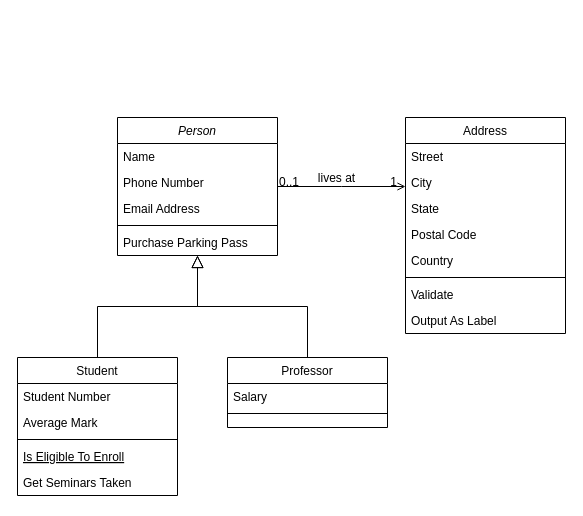
Before: Untitled Diagram.drawio in nork22/HTLM, a draw.io diagram. Source tidied: cells renumbered, new cells numbered last; positions are measured from the earlier drawing's top-left corner, leaving out a move shared by most shapes. Both pictures are drawn from the tidied source at 100%, with x=0, y=0 at pixel (17, 117).
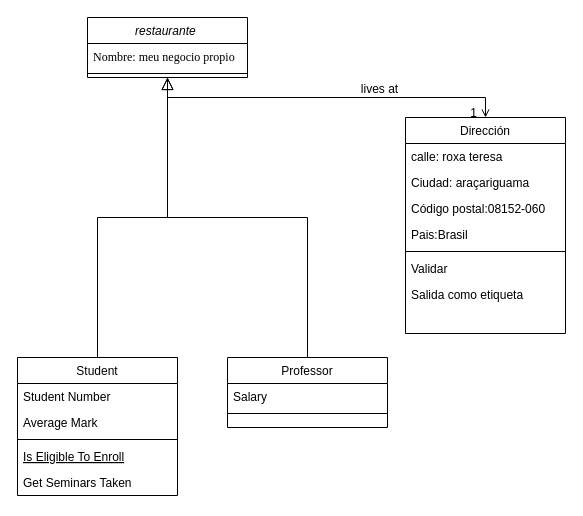
Above is the later version.

The change refers to these unchanged cells:
```xml
<mxCell id="28" style="endArrow=open;shadow=0;strokeWidth=1;rounded=0;endFill=1;edgeStyle=elbowEdgeStyle;elbow=vertical;" parent="1" edge="1" source="2" target="19">
  <mxGeometry x="0.5" y="41" relative="1" as="geometry">
    <mxPoint x="-40" y="32" as="offset" />
  </mxGeometry>
</mxCell>
```

Change to the diagram source:
```diff
@@
-    <mxCell id="2" value="Person" style="swimlane;fontStyle=2;align=center;verticalAlign=top;horizontal=1;startSize=26;rounded=0;shadow=0;strokeWidth=1;" parent="1" vertex="1">
-      <mxGeometry x="100" width="160" height="138" as="geometry" />
+    <mxCell id="2" value="restaurante " style="swimlane;fontStyle=2;align=center;verticalAlign=top;horizontal=1;startSize=26;rounded=0;shadow=0;strokeWidth=1;" parent="1" vertex="1">
+      <mxGeometry x="70" y="-100" width="160" height="60" as="geometry" />
     </mxCell>
-    <mxCell id="3" value="Name" style="text;align=left;verticalAlign=top;spacingLeft=4;spacingRight=4;overflow=hidden;points=[[0,0.5],[1,0.5]];portConstraint=eastwest;" parent="2" vertex="1">
+    <mxCell id="3" value="Nombre: meu negocio propio" style="text;align=left;verticalAlign=top;spacingLeft=4;spacingRight=4;overflow=hidden;points=[[0,0.5],[1,0.5]];portConstraint=eastwest;fontFamily=Times New Roman;" parent="2" vertex="1">
       <mxGeometry y="26" width="160" height="26" as="geometry" />
     </mxCell>
-    <mxCell id="4" value="Phone Number" style="text;align=left;verticalAlign=top;spacingLeft=4;spacingRight=4;overflow=hidden;rounded=0;shadow=0;html=0;" parent="2" vertex="1">
-      <mxGeometry y="52" width="160" height="26" as="geometry" />
-    </mxCell>
-    <mxCell id="5" value="Email Address" style="text;align=left;verticalAlign=top;spacingLeft=4;spacingRight=4;overflow=hidden;rounded=0;shadow=0;html=0;" parent="2" vertex="1">
-      <mxGeometry y="78" width="160" height="26" as="geometry" />
-    </mxCell>
     <mxCell id="6" style="line;html=1;strokeWidth=1;align=left;verticalAlign=middle;spacingTop=-1;spacingLeft=3;spacingRight=3;labelPosition=right;" parent="2" vertex="1">
-      <mxGeometry y="104" width="160" height="8" as="geometry" />
+      <mxGeometry y="52" width="160" height="8" as="geometry" />
     </mxCell>
-    <mxCell id="7" value="Purchase Parking Pass" style="text;align=left;verticalAlign=top;spacingLeft=4;spacingRight=4;overflow=hidden;" parent="2" vertex="1">
-      <mxGeometry y="112" width="160" height="26" as="geometry" />
-    </mxCell>
@@
-    <mxCell id="19" value="Address" style="swimlane;fontStyle=0;align=center;verticalAlign=top;horizontal=1;startSize=26;rounded=0;shadow=0;strokeWidth=1;" parent="1" vertex="1">
+    <mxCell id="19" value="Dirección" style="swimlane;fontStyle=0;align=center;verticalAlign=top;horizontal=1;startSize=26;rounded=0;shadow=0;strokeWidth=1;" parent="1" vertex="1">
       <mxGeometry x="388" width="160" height="216" as="geometry" />
     </mxCell>
-    <mxCell id="20" value="Street" style="text;align=left;verticalAlign=top;spacingLeft=4;spacingRight=4;overflow=hidden;" parent="19" vertex="1">
+    <mxCell id="20" value="calle: roxa teresa " style="text;align=left;verticalAlign=top;spacingLeft=4;spacingRight=4;overflow=hidden;" parent="19" vertex="1">
       <mxGeometry y="26" width="160" height="26" as="geometry" />
     </mxCell>
-    <mxCell id="21" value="City" style="text;align=left;verticalAlign=top;spacingLeft=4;spacingRight=4;overflow=hidden;rounded=0;shadow=0;html=0;" parent="19" vertex="1">
+    <mxCell id="21" value="Ciudad: araçariguama" style="text;align=left;verticalAlign=top;spacingLeft=4;spacingRight=4;overflow=hidden;rounded=0;shadow=0;html=0;" parent="19" vertex="1">
       <mxGeometry y="52" width="160" height="26" as="geometry" />
     </mxCell>
-    <mxCell id="22" value="State" style="text;align=left;verticalAlign=top;spacingLeft=4;spacingRight=4;overflow=hidden;rounded=0;shadow=0;html=0;" parent="19" vertex="1">
-      <mxGeometry y="78" width="160" height="26" as="geometry" />
-    </mxCell>
-    <mxCell id="23" value="Postal Code" style="text;align=left;verticalAlign=top;spacingLeft=4;spacingRight=4;overflow=hidden;rounded=0;shadow=0;html=0;" parent="19" vertex="1">
-      <mxGeometry y="104" width="160" height="26" as="geometry" />
+    <mxCell id="23" value="Código postal:08152-060" style="text;align=left;verticalAlign=top;spacingLeft=4;spacingRight=4;overflow=hidden;rounded=0;shadow=0;html=0;" parent="19" vertex="1">
+      <mxGeometry y="78" width="160" height="26" as="geometry" />
     </mxCell>
-    <mxCell id="24" value="Country" style="text;align=left;verticalAlign=top;spacingLeft=4;spacingRight=4;overflow=hidden;rounded=0;shadow=0;html=0;" parent="19" vertex="1">
-      <mxGeometry y="130" width="160" height="26" as="geometry" />
+    <mxCell id="24" value="Pais:Brasil" style="text;align=left;verticalAlign=top;spacingLeft=4;spacingRight=4;overflow=hidden;rounded=0;shadow=0;html=0;" parent="19" vertex="1">
+      <mxGeometry y="104" width="160" height="26" as="geometry" />
     </mxCell>
     <mxCell id="25" style="line;html=1;strokeWidth=1;align=left;verticalAlign=middle;spacingTop=-1;spacingLeft=3;spacingRight=3;labelPosition=right;" parent="19" vertex="1">
-      <mxGeometry y="156" width="160" height="8" as="geometry" />
+      <mxGeometry y="130" width="160" height="8" as="geometry" />
     </mxCell>
-    <mxCell id="26" value="Validate" style="text;align=left;verticalAlign=top;spacingLeft=4;spacingRight=4;overflow=hidden;" parent="19" vertex="1">
-      <mxGeometry y="164" width="160" height="26" as="geometry" />
+    <mxCell id="26" value="Validar" style="text;align=left;verticalAlign=top;spacingLeft=4;spacingRight=4;overflow=hidden;" parent="19" vertex="1">
+      <mxGeometry y="138" width="160" height="26" as="geometry" />
     </mxCell>
-    <mxCell id="27" value="Output As Label" style="text;align=left;verticalAlign=top;spacingLeft=4;spacingRight=4;overflow=hidden;" parent="19" vertex="1">
-      <mxGeometry y="190" width="160" height="26" as="geometry" />
+    <mxCell id="27" value="Salida como etiqueta" style="text;align=left;verticalAlign=top;spacingLeft=4;spacingRight=4;overflow=hidden;" parent="19" vertex="1">
+      <mxGeometry y="164" width="160" height="26" as="geometry" />
     </mxCell>
@@
-    <mxCell id="29" value="0..1" style="align=left;verticalAlign=bottom;labelBackgroundColor=none;fontSize=12;" parent="28" vertex="1">
-      <mxGeometry x="-1" relative="1" as="geometry">
-        <mxPoint y="4" as="offset" />
-      </mxGeometry>
-    </mxCell>
@@
+    <mxCell id="32" style="edgeStyle=orthogonalEdgeStyle;rounded=0;jettySize=auto;html=1;exitX=1;exitY=0.5;exitDx=0;exitDy=0;" parent="1" edge="1" source="3">
+      <mxGeometry relative="1" as="geometry">
+        <mxPoint x="230" y="-61" as="targetPoint" />
+      </mxGeometry>
+    </mxCell>
```
